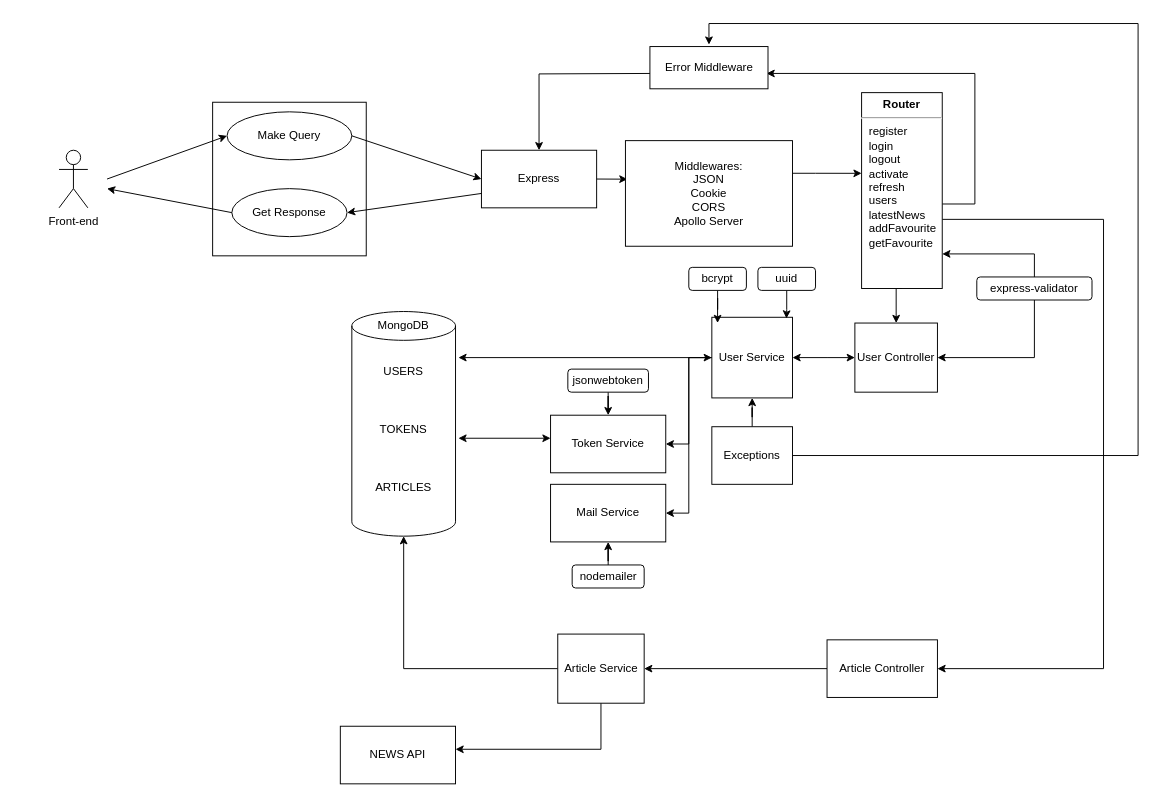
Earlier version of the draw.io diagram UML/Backend.drawio (vlzher/UML-newsAgregatorAPI). Source tidied: cells renumbered, new cells numbered last; positions are measured from the earlier drawing's top-left corner, leaving out a move shared by most shapes. Both pictures are drawn from the tidied source at 96%, with x=0, y=0 at pixel (59, 23).
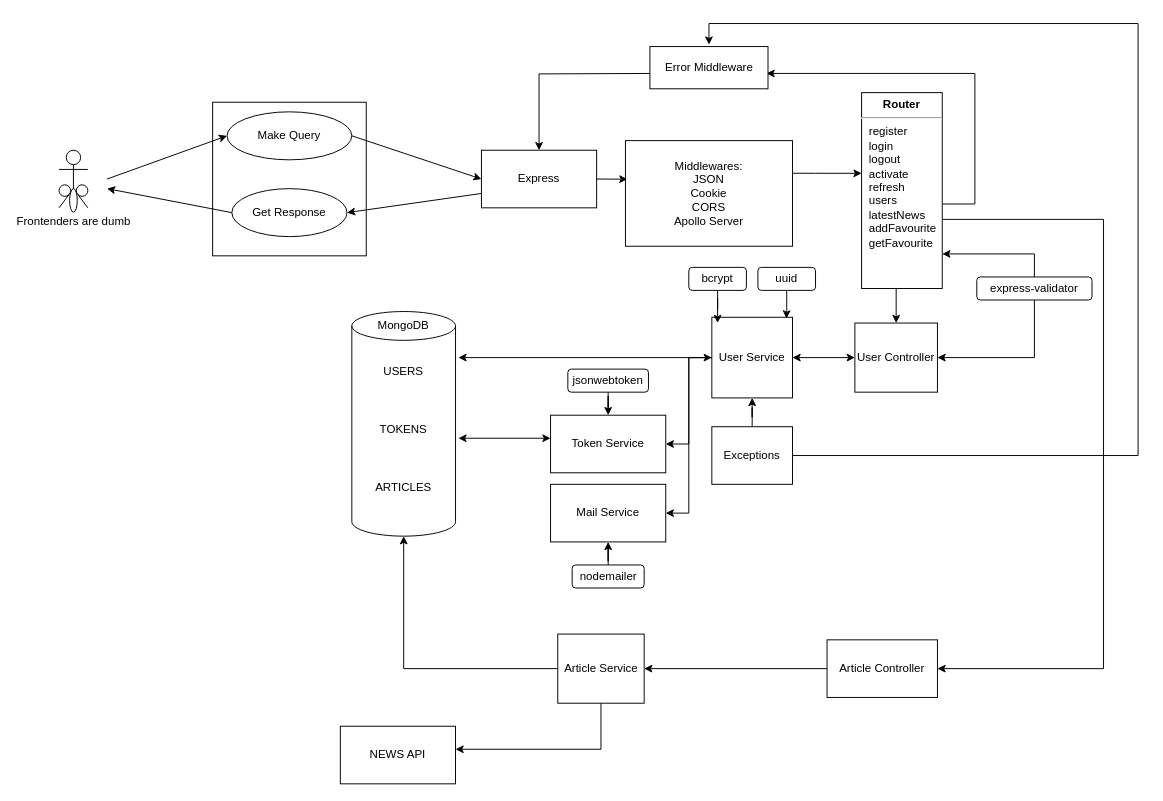
The same diagram, later.

Commit message (it also covers changes not shown here):
very important uml update

What changed in the source:
```diff
@@
-    <mxCell id="2" value="Front-end" style="shape=umlActor;verticalLabelPosition=bottom;verticalAlign=top;html=1;" parent="1" vertex="1">
+    <mxCell id="2" value="Frontenders are dumb" style="shape=umlActor;verticalLabelPosition=bottom;verticalAlign=top;html=1;" parent="1" vertex="1">
       <mxGeometry y="132" width="30" height="60" as="geometry" />
     </mxCell>
@@
+    <mxCell id="54" style="ellipse;whiteSpace=wrap;html=1;" parent="1" vertex="1">
+      <mxGeometry x="11" y="172" width="8" height="24.5" as="geometry" />
+    </mxCell>
+    <mxCell id="55" style="ellipse;whiteSpace=wrap;html=1;" parent="1" vertex="1">
+      <mxGeometry y="168" width="12" height="12" as="geometry" />
+    </mxCell>
+    <mxCell id="56" style="ellipse;whiteSpace=wrap;html=1;" parent="1" vertex="1">
+      <mxGeometry x="18" y="168" width="12" height="12" as="geometry" />
+    </mxCell>
```
